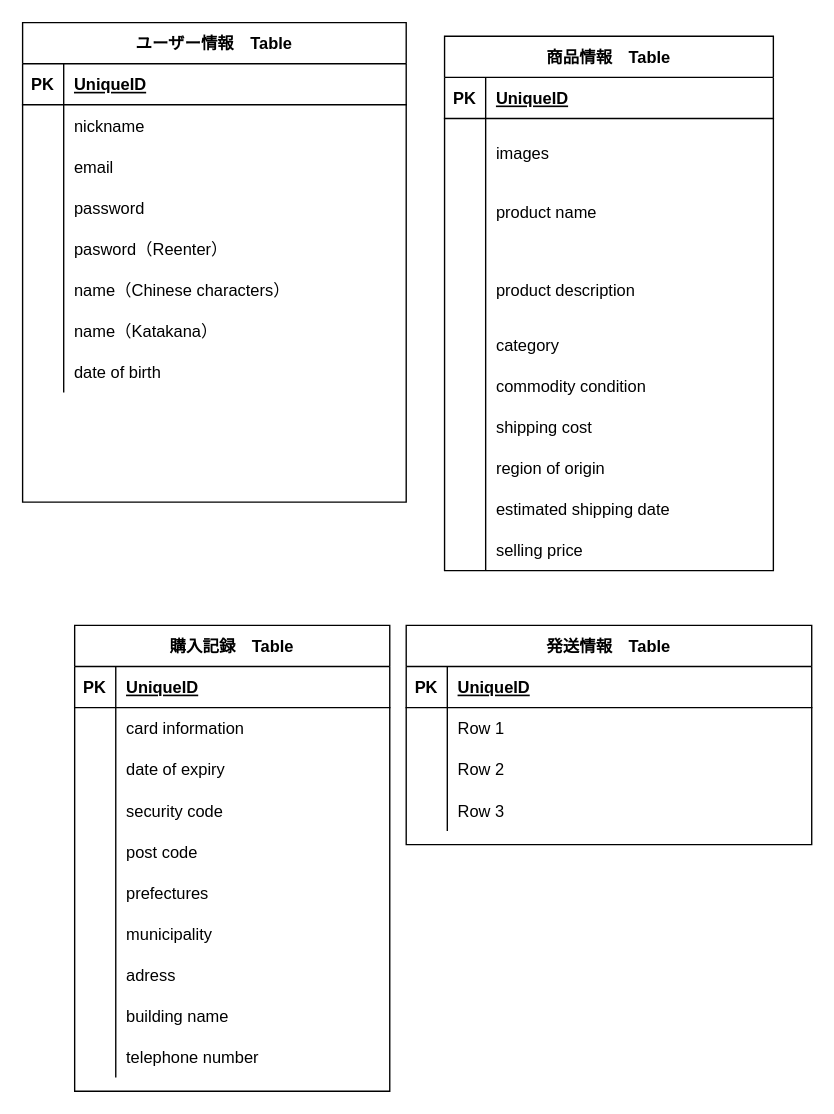
Above: app/views/furima.dio in mwyaa7/furima-39056 (draw.io), before the change. Source tidied: cells renumbered, new cells numbered last; positions are measured from the earlier drawing's top-left corner, leaving out a move shared by most shapes. Both pictures are drawn from the tidied source at 137%, with x=0, y=0 at pixel (22, 22).
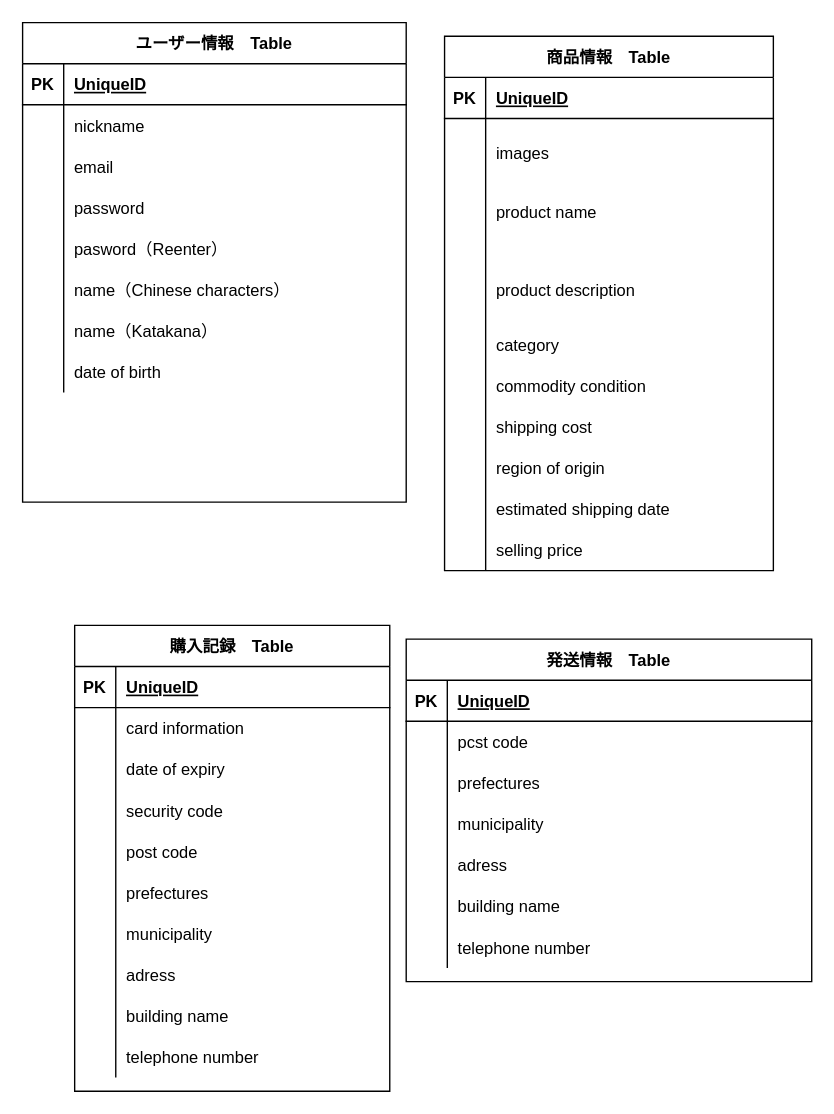
Above is the later version.

The change refers to these unchanged cells:
```xml
<mxCell id="93" style="shape=tableRow;horizontal=0;startSize=0;swimlaneHead=0;swimlaneBody=0;fillColor=none;top=0;left=0;right=0;bottom=0;" parent="89" vertex="1">
  <mxGeometry y="60" width="296" height="30" as="geometry" />
</mxCell>
<mxCell id="96" style="shape=tableRow;horizontal=0;startSize=0;swimlaneHead=0;swimlaneBody=0;fillColor=none;top=0;left=0;right=0;bottom=0;" parent="89" vertex="1">
  <mxGeometry y="90" width="296" height="30" as="geometry" />
</mxCell>
<mxCell id="99" style="shape=tableRow;horizontal=0;startSize=0;swimlaneHead=0;swimlaneBody=0;fillColor=none;top=0;left=0;right=0;bottom=0;" parent="89" vertex="1">
  <mxGeometry y="120" width="296" height="30" as="geometry" />
</mxCell>
```

What changed in the source:
```diff
@@
     <mxCell id="89" value="発送情報　Table" style="shape=table;startSize=30;childLayout=tableLayout;rowLines=0;fontStyle=1;align=center;" parent="1" vertex="1">
-      <mxGeometry x="280" y="440" width="296" height="160" as="geometry" />
+      <mxGeometry x="280" y="450" width="296" height="250" as="geometry" />
     </mxCell>
@@
-    <mxCell id="95" value="Row 1" style="shape=partialRectangle;fillColor=none;top=0;left=0;bottom=0;right=0;align=left;spacingLeft=6;overflow=hidden;" parent="93" vertex="1">
+    <mxCell id="95" value="pcst code" style="shape=partialRectangle;fillColor=none;top=0;left=0;bottom=0;right=0;align=left;spacingLeft=6;overflow=hidden;" parent="93" vertex="1">
       <mxGeometry x="30" width="266" height="30" as="geometry" />
     </mxCell>
@@
-    <mxCell id="98" value="Row 2" style="shape=partialRectangle;fillColor=none;top=0;left=0;bottom=0;right=0;align=left;spacingLeft=6;overflow=hidden;" parent="96" vertex="1">
+    <mxCell id="98" value="prefectures" style="shape=partialRectangle;fillColor=none;top=0;left=0;bottom=0;right=0;align=left;spacingLeft=6;overflow=hidden;" parent="96" vertex="1">
       <mxGeometry x="30" width="266" height="30" as="geometry" />
     </mxCell>
@@
-    <mxCell id="101" value="Row 3" style="shape=partialRectangle;fillColor=none;top=0;left=0;bottom=0;right=0;align=left;spacingLeft=6;overflow=hidden;" parent="99" vertex="1">
+    <mxCell id="101" value="municipality" style="shape=partialRectangle;fillColor=none;top=0;left=0;bottom=0;right=0;align=left;spacingLeft=6;overflow=hidden;" parent="99" vertex="1">
       <mxGeometry x="30" width="266" height="30" as="geometry" />
     </mxCell>
+    <mxCell id="102" style="shape=tableRow;horizontal=0;startSize=0;swimlaneHead=0;swimlaneBody=0;fillColor=none;top=0;left=0;right=0;bottom=0;" parent="89" vertex="1">
+      <mxGeometry y="150" width="296" height="30" as="geometry" />
+    </mxCell>
+    <mxCell id="103" style="shape=partialRectangle;fillColor=none;top=0;left=0;bottom=0;right=0;overflow=hidden;" parent="102" vertex="1">
+      <mxGeometry width="30" height="30" as="geometry" />
+    </mxCell>
+    <mxCell id="104" value="adress" style="shape=partialRectangle;fillColor=none;top=0;left=0;bottom=0;right=0;align=left;spacingLeft=6;overflow=hidden;" parent="102" vertex="1">
+      <mxGeometry x="30" width="266" height="30" as="geometry" />
+    </mxCell>
+    <mxCell id="105" style="shape=tableRow;horizontal=0;startSize=0;swimlaneHead=0;swimlaneBody=0;fillColor=none;top=0;left=0;right=0;bottom=0;" parent="89" vertex="1">
+      <mxGeometry y="180" width="296" height="30" as="geometry" />
+    </mxCell>
+    <mxCell id="106" style="shape=partialRectangle;fillColor=none;top=0;left=0;bottom=0;right=0;overflow=hidden;" parent="105" vertex="1">
+      <mxGeometry width="30" height="30" as="geometry" />
+    </mxCell>
+    <mxCell id="107" value="building name" style="shape=partialRectangle;fillColor=none;top=0;left=0;bottom=0;right=0;align=left;spacingLeft=6;overflow=hidden;" parent="105" vertex="1">
+      <mxGeometry x="30" width="266" height="30" as="geometry" />
+    </mxCell>
+    <mxCell id="108" style="shape=tableRow;horizontal=0;startSize=0;swimlaneHead=0;swimlaneBody=0;fillColor=none;top=0;left=0;right=0;bottom=0;" parent="89" vertex="1">
+      <mxGeometry y="210" width="296" height="30" as="geometry" />
+    </mxCell>
+    <mxCell id="109" style="shape=partialRectangle;fillColor=none;top=0;left=0;bottom=0;right=0;overflow=hidden;" parent="108" vertex="1">
+      <mxGeometry width="30" height="30" as="geometry" />
+    </mxCell>
+    <mxCell id="110" value="telephone number" style="shape=partialRectangle;fillColor=none;top=0;left=0;bottom=0;right=0;align=left;spacingLeft=6;overflow=hidden;" parent="108" vertex="1">
+      <mxGeometry x="30" width="266" height="30" as="geometry" />
+    </mxCell>
```
